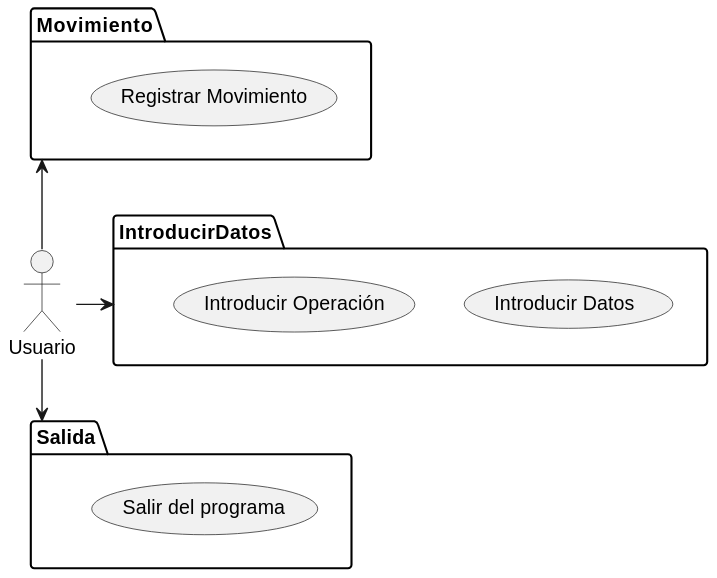
Above: casosDeUso/Casos.svg in pablarce/23-24-IdSw2-SDD (PlantUML), before the change. Source of this version:
```plantuml
@startuml

actor Usuario

package Movimiento{
    usecase "Registrar Movimiento" as UC1
}

package Salida{
    usecase "Salir del programa" as UC4
}

package IntroducirDatos{
    usecase "Introducir Datos" as UC2
    usecase "Introducir Operación" as UC3
}

Usuario -up-> Movimiento
Usuario -down-> Salida
Usuario -right-> IntroducirDatos

@enduml
```
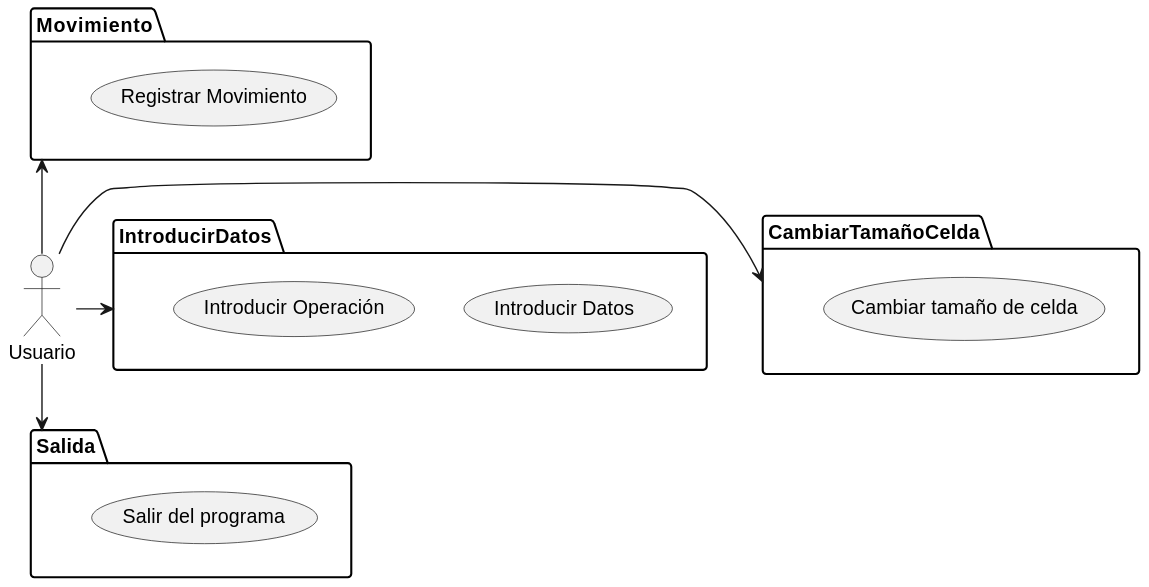
Later version of the same file.

Diff of the diagram source:
```diff
@@ -1,5 +1,4 @@
 @startuml
-
 actor Usuario
 
 package Movimiento{
@@ -15,8 +14,12 @@
     usecase "Introducir Operación" as UC3
 }
 
+package CambiarTamañoCelda{
+    usecase "Cambiar tamaño de celda" as UC5
+}
+
 Usuario -up-> Movimiento
 Usuario -down-> Salida
 Usuario -right-> IntroducirDatos
-
+Usuario -left-> CambiarTamañoCelda
 @enduml
```
